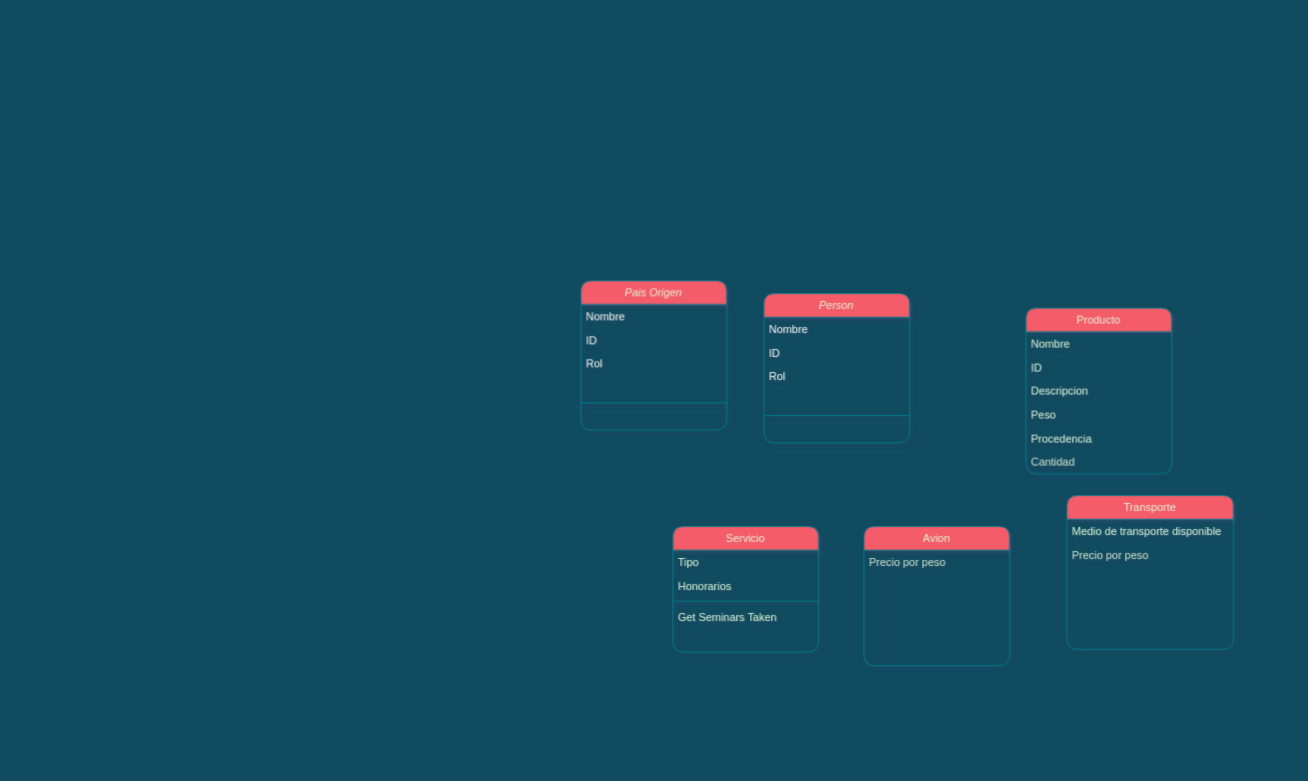
Earlier version of the draw.io diagram Untitled Diagram.drawio (LP3kmikristian/TP_ARCE_DOREGO). Source tidied: cells renumbered, new cells numbered last; positions are measured from the earlier drawing's top-left corner, leaving out a move shared by most shapes. Both pictures are drawn from the tidied source at 91%, with x=0, y=0 at pixel (581, 280).
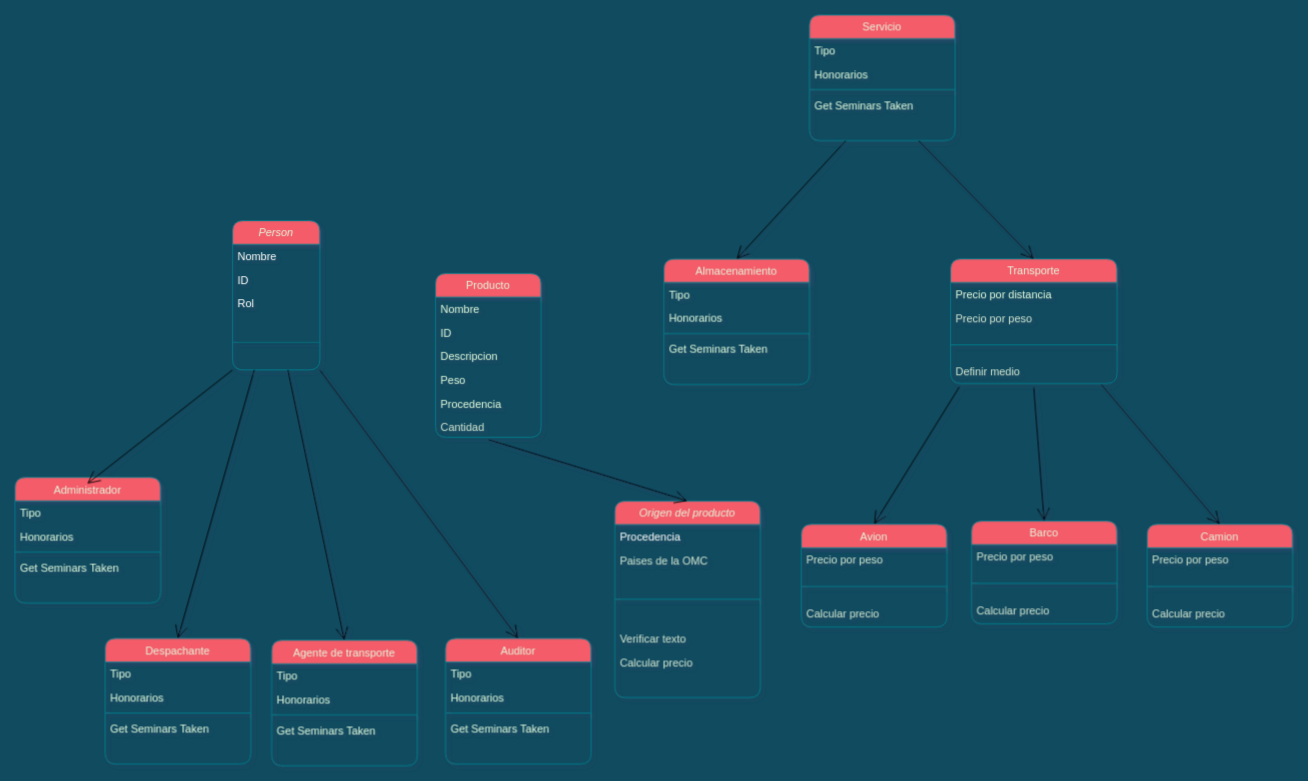
The same page after the edit.

Diff of the diagram source:
```diff
@@
     <mxCell id="2" value="Person" style="swimlane;fontStyle=2;align=center;verticalAlign=top;horizontal=1;startSize=26;rounded=1;shadow=0;strokeWidth=1;fillColor=#F45B69;strokeColor=#028090;fontColor=#E4FDE1;" parent="1" vertex="1">
-      <mxGeometry x="201" y="14" width="160" height="164" as="geometry" />
+      <mxGeometry x="-383" y="-66" width="96" height="164" as="geometry" />
     </mxCell>
     <mxCell id="3" value="Nombre" style="text;align=left;verticalAlign=top;spacingLeft=4;spacingRight=4;overflow=hidden;fontColor=#FFFFFF;rounded=1;" parent="2" vertex="1">
-      <mxGeometry y="26" width="160" height="26" as="geometry" />
+      <mxGeometry y="26" width="96" height="26" as="geometry" />
     </mxCell>
     <mxCell id="4" value="ID" style="text;align=left;verticalAlign=top;spacingLeft=4;spacingRight=4;overflow=hidden;rounded=1;shadow=0;html=0;fontColor=#FFFFFF;" parent="2" vertex="1">
-      <mxGeometry y="52" width="160" height="26" as="geometry" />
+      <mxGeometry y="52" width="96" height="26" as="geometry" />
     </mxCell>
     <mxCell id="5" value="Rol" style="text;strokeColor=none;fillColor=none;align=left;verticalAlign=top;spacingLeft=4;spacingRight=4;overflow=hidden;rounded=1;fontColor=#FFFFFF;" parent="2" vertex="1">
-      <mxGeometry y="78" width="160" height="26" as="geometry" />
+      <mxGeometry y="78" width="96" height="26" as="geometry" />
     </mxCell>
     <mxCell id="6" style="line;html=1;strokeWidth=1;align=left;verticalAlign=middle;spacingTop=-1;spacingLeft=3;spacingRight=3;labelPosition=right;labelBackgroundColor=#114B5F;fillColor=#F45B69;strokeColor=#028090;fontColor=#E4FDE1;rounded=1;" parent="2" vertex="1">
-      <mxGeometry y="104" width="160" height="60" as="geometry" />
+      <mxGeometry y="104" width="96" height="60" as="geometry" />
     </mxCell>
     <mxCell id="7" value="Servicio" style="swimlane;fontStyle=0;align=center;verticalAlign=top;horizontal=1;startSize=26;rounded=1;shadow=0;strokeWidth=1;fillColor=#F45B69;strokeColor=#028090;fontColor=#E4FDE1;" parent="1" vertex="1">
-      <mxGeometry x="101" y="270" width="160" height="138" as="geometry" />
+      <mxGeometry x="251" y="-292" width="160" height="138" as="geometry" />
     </mxCell>
@@
-    <mxCell id="12" value="Avion" style="swimlane;fontStyle=0;align=center;verticalAlign=top;horizontal=1;startSize=26;rounded=1;shadow=0;strokeWidth=1;fillColor=#F45B69;strokeColor=#028090;fontColor=#E4FDE1;" parent="1" vertex="1">
-      <mxGeometry x="311" y="270" width="160" height="153" as="geometry" />
+    <mxCell id="12" value="Barco" style="swimlane;fontStyle=0;align=center;verticalAlign=top;horizontal=1;startSize=26;rounded=1;shadow=0;strokeWidth=1;fillColor=#F45B69;strokeColor=#028090;fontColor=#E4FDE1;" parent="1" vertex="1">
+      <mxGeometry x="429" y="264" width="160" height="113" as="geometry" />
     </mxCell>
@@
+    <mxCell id="29" style="line;html=1;strokeWidth=1;align=left;verticalAlign=middle;spacingTop=-1;spacingLeft=3;spacingRight=3;labelPosition=right;labelBackgroundColor=#114B5F;fillColor=#F45B69;strokeColor=#028090;fontColor=#E4FDE1;rounded=1;" parent="12" vertex="1">
+      <mxGeometry y="52" width="160" height="33" as="geometry" />
+    </mxCell>
+    <mxCell id="30" value="Calcular precio" style="text;strokeColor=none;fillColor=none;align=left;verticalAlign=top;spacingLeft=4;spacingRight=4;overflow=hidden;rounded=1;fontColor=#D5E8D4;" parent="12" vertex="1">
+      <mxGeometry y="85" width="160" height="26" as="geometry" />
+    </mxCell>
     <mxCell id="14" value="Producto" style="swimlane;fontStyle=0;align=center;verticalAlign=top;horizontal=1;startSize=26;rounded=1;shadow=0;strokeWidth=1;fillColor=#F45B69;strokeColor=#028090;fontColor=#E4FDE1;" parent="1" vertex="1">
-      <mxGeometry x="489" y="30" width="160" height="182" as="geometry" />
+      <mxGeometry x="-160" y="-8" width="116" height="180" as="geometry" />
     </mxCell>
     <mxCell id="15" value="Nombre" style="text;align=left;verticalAlign=top;spacingLeft=4;spacingRight=4;overflow=hidden;fontColor=#E4FDE1;rounded=1;" parent="14" vertex="1">
-      <mxGeometry y="26" width="160" height="26" as="geometry" />
+      <mxGeometry y="26" width="116" height="26" as="geometry" />
     </mxCell>
     <mxCell id="16" value="ID" style="text;align=left;verticalAlign=top;spacingLeft=4;spacingRight=4;overflow=hidden;rounded=1;shadow=0;html=0;fontColor=#E4FDE1;" parent="14" vertex="1">
-      <mxGeometry y="52" width="160" height="26" as="geometry" />
+      <mxGeometry y="52" width="116" height="26" as="geometry" />
     </mxCell>
     <mxCell id="17" value="Descripcion" style="text;align=left;verticalAlign=top;spacingLeft=4;spacingRight=4;overflow=hidden;rounded=1;shadow=0;html=0;fontColor=#E4FDE1;" parent="14" vertex="1">
-      <mxGeometry y="78" width="160" height="26" as="geometry" />
+      <mxGeometry y="78" width="116" height="26" as="geometry" />
     </mxCell>
     <mxCell id="18" value="Peso" style="text;align=left;verticalAlign=top;spacingLeft=4;spacingRight=4;overflow=hidden;rounded=1;shadow=0;html=0;fontColor=#E4FDE1;" parent="14" vertex="1">
-      <mxGeometry y="104" width="160" height="26" as="geometry" />
+      <mxGeometry y="104" width="116" height="26" as="geometry" />
     </mxCell>
     <mxCell id="19" value="Procedencia" style="text;align=left;verticalAlign=top;spacingLeft=4;spacingRight=4;overflow=hidden;rounded=1;shadow=0;html=0;fontColor=#E4FDE1;" parent="14" vertex="1">
-      <mxGeometry y="130" width="160" height="26" as="geometry" />
+      <mxGeometry y="130" width="116" height="26" as="geometry" />
     </mxCell>
     <mxCell id="20" value="Cantidad" style="text;strokeColor=none;fillColor=none;align=left;verticalAlign=top;spacingLeft=4;spacingRight=4;overflow=hidden;points=[[0,0.5],[1,0.5]];portConstraint=eastwest;rounded=1;fontColor=#D5E8D4;" parent="14" vertex="1">
-      <mxGeometry y="156" width="160" height="26" as="geometry" />
+      <mxGeometry y="156" width="116" height="24" as="geometry" />
     </mxCell>
     <mxCell id="21" value="Transporte" style="swimlane;fontStyle=0;align=center;verticalAlign=top;horizontal=1;startSize=26;rounded=1;shadow=0;strokeWidth=1;fillColor=#F45B69;strokeColor=#028090;fontColor=#E4FDE1;" parent="1" vertex="1">
-      <mxGeometry x="534" y="236" width="183" height="169" as="geometry" />
+      <mxGeometry x="406" y="-24" width="183" height="137" as="geometry" />
     </mxCell>
-    <mxCell id="22" value="Medio de transporte disponible&#10;" style="text;align=left;verticalAlign=top;spacingLeft=4;spacingRight=4;overflow=hidden;rounded=1;shadow=0;html=0;fontColor=#E4FDE1;" parent="21" vertex="1">
+    <mxCell id="22" value="Precio por distancia" style="text;align=left;verticalAlign=top;spacingLeft=4;spacingRight=4;overflow=hidden;rounded=1;shadow=0;html=0;fontColor=#E4FDE1;" parent="21" vertex="1">
       <mxGeometry y="26" width="183" height="26" as="geometry" />
     </mxCell>
@@
+    <mxCell id="31" style="line;html=1;strokeWidth=1;align=left;verticalAlign=middle;spacingTop=-1;spacingLeft=3;spacingRight=3;labelPosition=right;labelBackgroundColor=#114B5F;fillColor=#F45B69;strokeColor=#028090;fontColor=#E4FDE1;rounded=1;" parent="21" vertex="1">
+      <mxGeometry y="78" width="183" height="33" as="geometry" />
+    </mxCell>
+    <mxCell id="32" value="Definir medio" style="text;strokeColor=none;fillColor=none;align=left;verticalAlign=top;spacingLeft=4;spacingRight=4;overflow=hidden;points=[[0,0.5],[1,0.5]];portConstraint=eastwest;rounded=1;fontColor=#D5E8D4;" parent="21" vertex="1">
+      <mxGeometry y="111" width="183" height="26" as="geometry" />
+    </mxCell>
-    <mxCell id="24" value="Pais Origen&#10;" style="swimlane;fontStyle=2;align=center;verticalAlign=top;horizontal=1;startSize=26;rounded=1;shadow=0;strokeWidth=1;fillColor=#F45B69;strokeColor=#028090;fontColor=#E4FDE1;" parent="1" vertex="1">
-      <mxGeometry width="160" height="164" as="geometry" />
+    <mxCell id="24" value="Origen del producto" style="swimlane;fontStyle=2;align=center;verticalAlign=top;horizontal=1;startSize=26;rounded=1;shadow=0;strokeWidth=1;fillColor=#F45B69;strokeColor=#028090;fontColor=#E4FDE1;" parent="1" vertex="1">
+      <mxGeometry x="37" y="242" width="160" height="216" as="geometry" />
     </mxCell>
-    <mxCell id="25" value="Nombre" style="text;align=left;verticalAlign=top;spacingLeft=4;spacingRight=4;overflow=hidden;fontColor=#FFFFFF;rounded=1;" parent="24" vertex="1">
+    <mxCell id="25" value="Procedencia" style="text;align=left;verticalAlign=top;spacingLeft=4;spacingRight=4;overflow=hidden;fontColor=#FFFFFF;rounded=1;" parent="24" vertex="1">
       <mxGeometry y="26" width="160" height="26" as="geometry" />
     </mxCell>
-    <mxCell id="26" value="ID" style="text;align=left;verticalAlign=top;spacingLeft=4;spacingRight=4;overflow=hidden;rounded=1;shadow=0;html=0;fontColor=#FFFFFF;" parent="24" vertex="1">
-      <mxGeometry y="52" width="160" height="26" as="geometry" />
-    </mxCell>
-    <mxCell id="27" value="Rol" style="text;strokeColor=none;fillColor=none;align=left;verticalAlign=top;spacingLeft=4;spacingRight=4;overflow=hidden;rounded=1;fontColor=#FFFFFF;" parent="24" vertex="1">
-      <mxGeometry y="78" width="160" height="26" as="geometry" />
-    </mxCell>
+    <mxCell id="33" value="Paises de la OMC" style="text;strokeColor=none;fillColor=none;align=left;verticalAlign=top;spacingLeft=4;spacingRight=4;overflow=hidden;rounded=1;fontColor=#D5E8D4;" parent="24" vertex="1">
+      <mxGeometry y="52" width="160" height="26" as="geometry" />
+    </mxCell>
     <mxCell id="28" style="line;html=1;strokeWidth=1;align=left;verticalAlign=middle;spacingTop=-1;spacingLeft=3;spacingRight=3;labelPosition=right;labelBackgroundColor=#114B5F;fillColor=#F45B69;strokeColor=#028090;fontColor=#E4FDE1;rounded=1;" parent="24" vertex="1">
-      <mxGeometry y="104" width="160" height="60" as="geometry" />
+      <mxGeometry y="78" width="160" height="60" as="geometry" />
     </mxCell>
+    <mxCell id="34" value="Verificar texto" style="text;strokeColor=none;fillColor=none;align=left;verticalAlign=top;spacingLeft=4;spacingRight=4;overflow=hidden;rounded=1;fontColor=#D5E8D4;" parent="24" vertex="1">
+      <mxGeometry y="138" width="160" height="26" as="geometry" />
+    </mxCell>
+    <mxCell id="35" value="Calcular precio" style="text;strokeColor=none;fillColor=none;align=left;verticalAlign=top;spacingLeft=4;spacingRight=4;overflow=hidden;rounded=1;fontColor=#D5E8D4;" parent="24" vertex="1">
+      <mxGeometry y="164" width="160" height="26" as="geometry" />
+    </mxCell>
+    <mxCell id="36" value="Avion" style="swimlane;fontStyle=0;align=center;verticalAlign=top;horizontal=1;startSize=26;rounded=1;shadow=0;strokeWidth=1;fillColor=#F45B69;strokeColor=#028090;fontColor=#E4FDE1;" parent="1" vertex="1">
+      <mxGeometry x="242" y="267.5" width="160" height="113" as="geometry" />
+    </mxCell>
+    <mxCell id="37" value="Precio por peso" style="text;strokeColor=none;fillColor=none;align=left;verticalAlign=top;spacingLeft=4;spacingRight=4;overflow=hidden;rounded=1;fontColor=#D5E8D4;" parent="36" vertex="1">
+      <mxGeometry y="26" width="160" height="26" as="geometry" />
+    </mxCell>
+    <mxCell id="38" style="line;html=1;strokeWidth=1;align=left;verticalAlign=middle;spacingTop=-1;spacingLeft=3;spacingRight=3;labelPosition=right;labelBackgroundColor=#114B5F;fillColor=#F45B69;strokeColor=#028090;fontColor=#E4FDE1;rounded=1;" parent="36" vertex="1">
+      <mxGeometry y="52" width="160" height="33" as="geometry" />
+    </mxCell>
+    <mxCell id="39" value="Calcular precio" style="text;strokeColor=none;fillColor=none;align=left;verticalAlign=top;spacingLeft=4;spacingRight=4;overflow=hidden;rounded=1;fontColor=#D5E8D4;" parent="36" vertex="1">
+      <mxGeometry y="85" width="160" height="26" as="geometry" />
+    </mxCell>
+    <mxCell id="40" value="Camion" style="swimlane;fontStyle=0;align=center;verticalAlign=top;horizontal=1;startSize=26;rounded=1;shadow=0;strokeWidth=1;fillColor=#F45B69;strokeColor=#028090;fontColor=#E4FDE1;" parent="1" vertex="1">
+      <mxGeometry x="622" y="267.5" width="160" height="113" as="geometry" />
+    </mxCell>
+    <mxCell id="41" value="Precio por peso" style="text;strokeColor=none;fillColor=none;align=left;verticalAlign=top;spacingLeft=4;spacingRight=4;overflow=hidden;rounded=1;fontColor=#D5E8D4;" parent="40" vertex="1">
+      <mxGeometry y="26" width="160" height="26" as="geometry" />
+    </mxCell>
+    <mxCell id="42" style="line;html=1;strokeWidth=1;align=left;verticalAlign=middle;spacingTop=-1;spacingLeft=3;spacingRight=3;labelPosition=right;labelBackgroundColor=#114B5F;fillColor=#F45B69;strokeColor=#028090;fontColor=#E4FDE1;rounded=1;" parent="40" vertex="1">
+      <mxGeometry y="52" width="160" height="33" as="geometry" />
+    </mxCell>
+    <mxCell id="43" value="Calcular precio" style="text;strokeColor=none;fillColor=none;align=left;verticalAlign=top;spacingLeft=4;spacingRight=4;overflow=hidden;rounded=1;fontColor=#D5E8D4;" parent="40" vertex="1">
+      <mxGeometry y="85" width="160" height="26" as="geometry" />
+    </mxCell>
+    <mxCell id="44" style="endArrow=open;endFill=1;endSize=12;html=1;rounded=1;fontColor=#D5E8D4;exitX=0.054;exitY=1.127;exitDx=0;exitDy=0;entryX=0.5;entryY=0;entryDx=0;entryDy=0;exitPerimeter=0;" parent="1" edge="1" source="32" target="36">
+      <mxGeometry relative="1" as="geometry" />
+    </mxCell>
+    <mxCell id="45" style="endArrow=open;endFill=1;endSize=12;html=1;rounded=1;fontColor=#D5E8D4;exitX=0.5;exitY=1.145;exitDx=0;exitDy=0;exitPerimeter=0;entryX=0.5;entryY=0;entryDx=0;entryDy=0;" parent="1" edge="1" source="32" target="12">
+      <mxGeometry relative="1" as="geometry" />
+    </mxCell>
+    <mxCell id="46" style="endArrow=open;endFill=1;endSize=12;html=1;rounded=1;fontColor=#D5E8D4;entryX=0.5;entryY=0;entryDx=0;entryDy=0;exitX=0.907;exitY=1.054;exitDx=0;exitDy=0;exitPerimeter=0;" parent="1" edge="1" source="32" target="40">
+      <mxGeometry relative="1" as="geometry" />
+    </mxCell>
+    <mxCell id="47" value="Despachante" style="swimlane;fontStyle=0;align=center;verticalAlign=top;horizontal=1;startSize=26;rounded=1;shadow=0;strokeWidth=1;fillColor=#F45B69;strokeColor=#028090;fontColor=#E4FDE1;" parent="1" vertex="1">
+      <mxGeometry x="-523" y="393" width="160" height="138" as="geometry" />
+    </mxCell>
+    <mxCell id="48" value="Tipo" style="text;align=left;verticalAlign=top;spacingLeft=4;spacingRight=4;overflow=hidden;fontColor=#E4FDE1;rounded=1;" parent="47" vertex="1">
+      <mxGeometry y="26" width="160" height="26" as="geometry" />
+    </mxCell>
+    <mxCell id="49" value="Honorarios" style="text;align=left;verticalAlign=top;spacingLeft=4;spacingRight=4;overflow=hidden;rounded=1;shadow=0;html=0;fontColor=#E4FDE1;" parent="47" vertex="1">
+      <mxGeometry y="52" width="160" height="26" as="geometry" />
+    </mxCell>
+    <mxCell id="50" style="line;html=1;strokeWidth=1;align=left;verticalAlign=middle;spacingTop=-1;spacingLeft=3;spacingRight=3;labelPosition=right;labelBackgroundColor=#114B5F;fillColor=#F45B69;strokeColor=#028090;fontColor=#E4FDE1;rounded=1;" parent="47" vertex="1">
+      <mxGeometry y="78" width="160" height="8" as="geometry" />
+    </mxCell>
+    <mxCell id="51" value="Get Seminars Taken" style="text;align=left;verticalAlign=top;spacingLeft=4;spacingRight=4;overflow=hidden;fontColor=#E4FDE1;rounded=1;" parent="47" vertex="1">
+      <mxGeometry y="86" width="160" height="26" as="geometry" />
+    </mxCell>
+    <mxCell id="52" value="Agente de transporte" style="swimlane;fontStyle=0;align=center;verticalAlign=top;horizontal=1;startSize=26;rounded=1;shadow=0;strokeWidth=1;fillColor=#F45B69;strokeColor=#028090;fontColor=#E4FDE1;" parent="1" vertex="1">
+      <mxGeometry x="-340" y="395" width="160" height="138" as="geometry" />
+    </mxCell>
+    <mxCell id="53" value="Tipo" style="text;align=left;verticalAlign=top;spacingLeft=4;spacingRight=4;overflow=hidden;fontColor=#E4FDE1;rounded=1;" parent="52" vertex="1">
+      <mxGeometry y="26" width="160" height="26" as="geometry" />
+    </mxCell>
+    <mxCell id="54" value="Honorarios" style="text;align=left;verticalAlign=top;spacingLeft=4;spacingRight=4;overflow=hidden;rounded=1;shadow=0;html=0;fontColor=#E4FDE1;" parent="52" vertex="1">
+      <mxGeometry y="52" width="160" height="26" as="geometry" />
+    </mxCell>
+    <mxCell id="55" style="line;html=1;strokeWidth=1;align=left;verticalAlign=middle;spacingTop=-1;spacingLeft=3;spacingRight=3;labelPosition=right;labelBackgroundColor=#114B5F;fillColor=#F45B69;strokeColor=#028090;fontColor=#E4FDE1;rounded=1;" parent="52" vertex="1">
+      <mxGeometry y="78" width="160" height="8" as="geometry" />
+    </mxCell>
+    <mxCell id="56" value="Get Seminars Taken" style="text;align=left;verticalAlign=top;spacingLeft=4;spacingRight=4;overflow=hidden;fontColor=#E4FDE1;rounded=1;" parent="52" vertex="1">
+      <mxGeometry y="86" width="160" height="26" as="geometry" />
+    </mxCell>
+    <mxCell id="57" value="Auditor" style="swimlane;fontStyle=0;align=center;verticalAlign=top;horizontal=1;startSize=26;rounded=1;shadow=0;strokeWidth=1;fillColor=#F45B69;strokeColor=#028090;fontColor=#E4FDE1;" parent="1" vertex="1">
+      <mxGeometry x="-149" y="393" width="160" height="138" as="geometry" />
+    </mxCell>
+    <mxCell id="58" value="Tipo" style="text;align=left;verticalAlign=top;spacingLeft=4;spacingRight=4;overflow=hidden;fontColor=#E4FDE1;rounded=1;" parent="57" vertex="1">
+      <mxGeometry y="26" width="160" height="26" as="geometry" />
+    </mxCell>
+    <mxCell id="59" value="Honorarios" style="text;align=left;verticalAlign=top;spacingLeft=4;spacingRight=4;overflow=hidden;rounded=1;shadow=0;html=0;fontColor=#E4FDE1;" parent="57" vertex="1">
+      <mxGeometry y="52" width="160" height="26" as="geometry" />
+    </mxCell>
+    <mxCell id="60" style="line;html=1;strokeWidth=1;align=left;verticalAlign=middle;spacingTop=-1;spacingLeft=3;spacingRight=3;labelPosition=right;labelBackgroundColor=#114B5F;fillColor=#F45B69;strokeColor=#028090;fontColor=#E4FDE1;rounded=1;" parent="57" vertex="1">
+      <mxGeometry y="78" width="160" height="8" as="geometry" />
+    </mxCell>
+    <mxCell id="61" value="Get Seminars Taken" style="text;align=left;verticalAlign=top;spacingLeft=4;spacingRight=4;overflow=hidden;fontColor=#E4FDE1;rounded=1;" parent="57" vertex="1">
+      <mxGeometry y="86" width="160" height="26" as="geometry" />
+    </mxCell>
+    <mxCell id="62" value="Almacenamiento" style="swimlane;fontStyle=0;align=center;verticalAlign=top;horizontal=1;startSize=26;rounded=1;shadow=0;strokeWidth=1;fillColor=#F45B69;strokeColor=#028090;fontColor=#E4FDE1;" parent="1" vertex="1">
+      <mxGeometry x="91" y="-24" width="160" height="138" as="geometry" />
+    </mxCell>
+    <mxCell id="63" value="Tipo" style="text;align=left;verticalAlign=top;spacingLeft=4;spacingRight=4;overflow=hidden;fontColor=#E4FDE1;rounded=1;" parent="62" vertex="1">
+      <mxGeometry y="26" width="160" height="26" as="geometry" />
+    </mxCell>
+    <mxCell id="64" value="Honorarios" style="text;align=left;verticalAlign=top;spacingLeft=4;spacingRight=4;overflow=hidden;rounded=1;shadow=0;html=0;fontColor=#E4FDE1;" parent="62" vertex="1">
+      <mxGeometry y="52" width="160" height="26" as="geometry" />
+    </mxCell>
+    <mxCell id="65" style="line;html=1;strokeWidth=1;align=left;verticalAlign=middle;spacingTop=-1;spacingLeft=3;spacingRight=3;labelPosition=right;labelBackgroundColor=#114B5F;fillColor=#F45B69;strokeColor=#028090;fontColor=#E4FDE1;rounded=1;" parent="62" vertex="1">
+      <mxGeometry y="78" width="160" height="8" as="geometry" />
+    </mxCell>
+    <mxCell id="66" value="Get Seminars Taken" style="text;align=left;verticalAlign=top;spacingLeft=4;spacingRight=4;overflow=hidden;fontColor=#E4FDE1;rounded=1;" parent="62" vertex="1">
+      <mxGeometry y="86" width="160" height="26" as="geometry" />
+    </mxCell>
+    <mxCell id="67" style="endArrow=open;endFill=1;endSize=12;html=1;rounded=1;fontColor=#D5E8D4;exitX=0.25;exitY=1;exitDx=0;exitDy=0;entryX=0.5;entryY=0;entryDx=0;entryDy=0;" parent="1" edge="1" source="2" target="47">
+      <mxGeometry relative="1" as="geometry" />
+    </mxCell>
+    <mxCell id="68" style="endArrow=open;endFill=1;endSize=12;html=1;rounded=1;fontColor=#D5E8D4;entryX=0.5;entryY=0;entryDx=0;entryDy=0;" parent="1" edge="1" target="52">
+      <mxGeometry relative="1" as="geometry">
+        <mxPoint x="-322" y="98" as="sourcePoint" />
+      </mxGeometry>
+    </mxCell>
+    <mxCell id="69" style="endArrow=open;endFill=1;endSize=12;html=1;rounded=1;fontColor=#D5E8D4;exitX=1;exitY=1;exitDx=0;exitDy=0;entryX=0.5;entryY=0;entryDx=0;entryDy=0;" parent="1" edge="1" source="2" target="57">
+      <mxGeometry relative="1" as="geometry" />
+    </mxCell>
+    <mxCell id="70" style="endArrow=open;endFill=1;endSize=12;html=1;rounded=1;fontColor=#D5E8D4;exitX=0.25;exitY=1;exitDx=0;exitDy=0;entryX=0.5;entryY=0;entryDx=0;entryDy=0;" parent="1" edge="1" source="7" target="62">
+      <mxGeometry relative="1" as="geometry" />
+    </mxCell>
+    <mxCell id="71" style="endArrow=open;endFill=1;endSize=12;html=1;rounded=1;fontColor=#D5E8D4;exitX=0.75;exitY=1;exitDx=0;exitDy=0;entryX=0.5;entryY=0;entryDx=0;entryDy=0;" parent="1" edge="1" source="7" target="21">
+      <mxGeometry relative="1" as="geometry" />
+    </mxCell>
+    <mxCell id="72" style="endArrow=open;endFill=1;endSize=12;html=1;rounded=1;fontColor=#D5E8D4;exitX=0.502;exitY=1.108;exitDx=0;exitDy=0;entryX=0.5;entryY=0;entryDx=0;entryDy=0;exitPerimeter=0;" parent="1" edge="1" source="20" target="24">
+      <mxGeometry relative="1" as="geometry" />
+    </mxCell>
+    <mxCell id="73" value="Administrador" style="swimlane;fontStyle=0;align=center;verticalAlign=top;horizontal=1;startSize=26;rounded=1;shadow=0;strokeWidth=1;fillColor=#F45B69;strokeColor=#028090;fontColor=#E4FDE1;" parent="1" vertex="1">
+      <mxGeometry x="-622" y="216" width="160" height="138" as="geometry" />
+    </mxCell>
+    <mxCell id="74" value="Tipo" style="text;align=left;verticalAlign=top;spacingLeft=4;spacingRight=4;overflow=hidden;fontColor=#E4FDE1;rounded=1;" parent="73" vertex="1">
+      <mxGeometry y="26" width="160" height="26" as="geometry" />
+    </mxCell>
+    <mxCell id="75" value="Honorarios" style="text;align=left;verticalAlign=top;spacingLeft=4;spacingRight=4;overflow=hidden;rounded=1;shadow=0;html=0;fontColor=#E4FDE1;" parent="73" vertex="1">
+      <mxGeometry y="52" width="160" height="26" as="geometry" />
+    </mxCell>
+    <mxCell id="76" style="line;html=1;strokeWidth=1;align=left;verticalAlign=middle;spacingTop=-1;spacingLeft=3;spacingRight=3;labelPosition=right;labelBackgroundColor=#114B5F;fillColor=#F45B69;strokeColor=#028090;fontColor=#E4FDE1;rounded=1;" parent="73" vertex="1">
+      <mxGeometry y="78" width="160" height="8" as="geometry" />
+    </mxCell>
+    <mxCell id="77" value="Get Seminars Taken" style="text;align=left;verticalAlign=top;spacingLeft=4;spacingRight=4;overflow=hidden;fontColor=#E4FDE1;rounded=1;" parent="73" vertex="1">
+      <mxGeometry y="86" width="160" height="26" as="geometry" />
+    </mxCell>
+    <mxCell id="78" style="endArrow=open;endFill=1;endSize=12;html=1;rounded=1;fontColor=#D5E8D4;entryX=0.5;entryY=0;entryDx=0;entryDy=0;exitX=0;exitY=1;exitDx=0;exitDy=0;" parent="1" edge="1" source="2">
+      <mxGeometry relative="1" as="geometry">
+        <mxPoint x="-542.6" y="223" as="targetPoint" />
+      </mxGeometry>
+    </mxCell>
```
